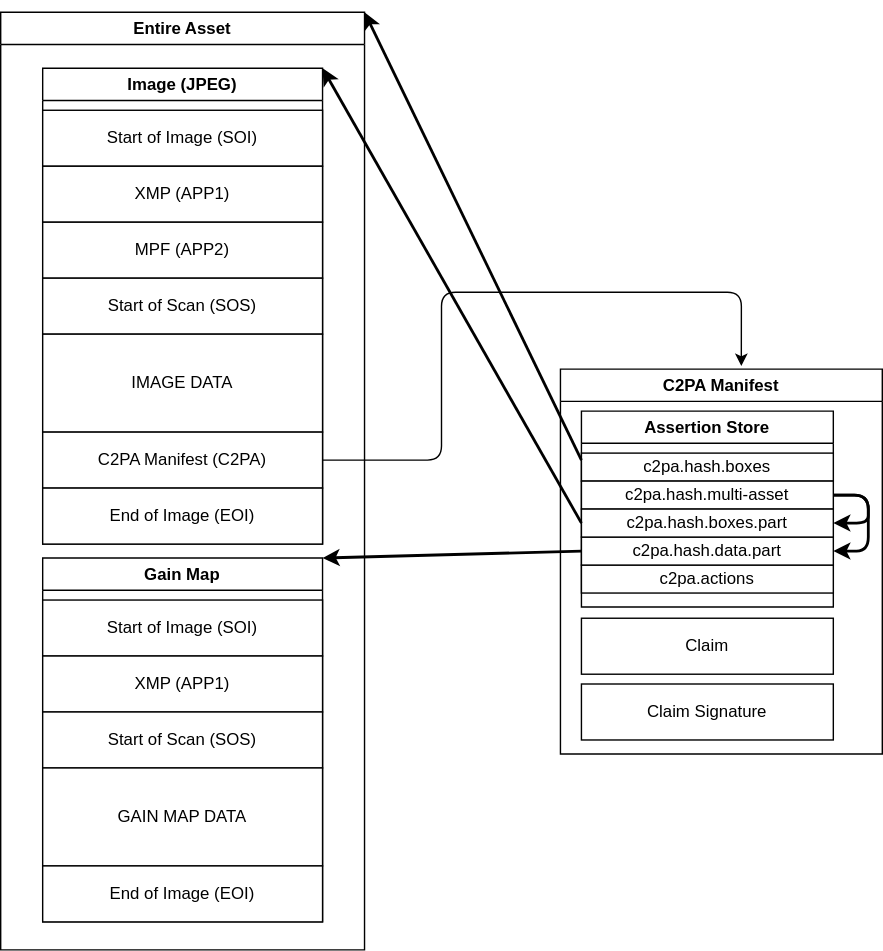
The draw.io diagram build/site/specifications/2.3/specs/_images/multi-hash-hdr.drawio.svg in xuantrung/specifications, before a commit. Source tidied: cells renumbered, new cells last; positions are measured from the earlier drawing's top-left corner, leaving out a move shared by most shapes.
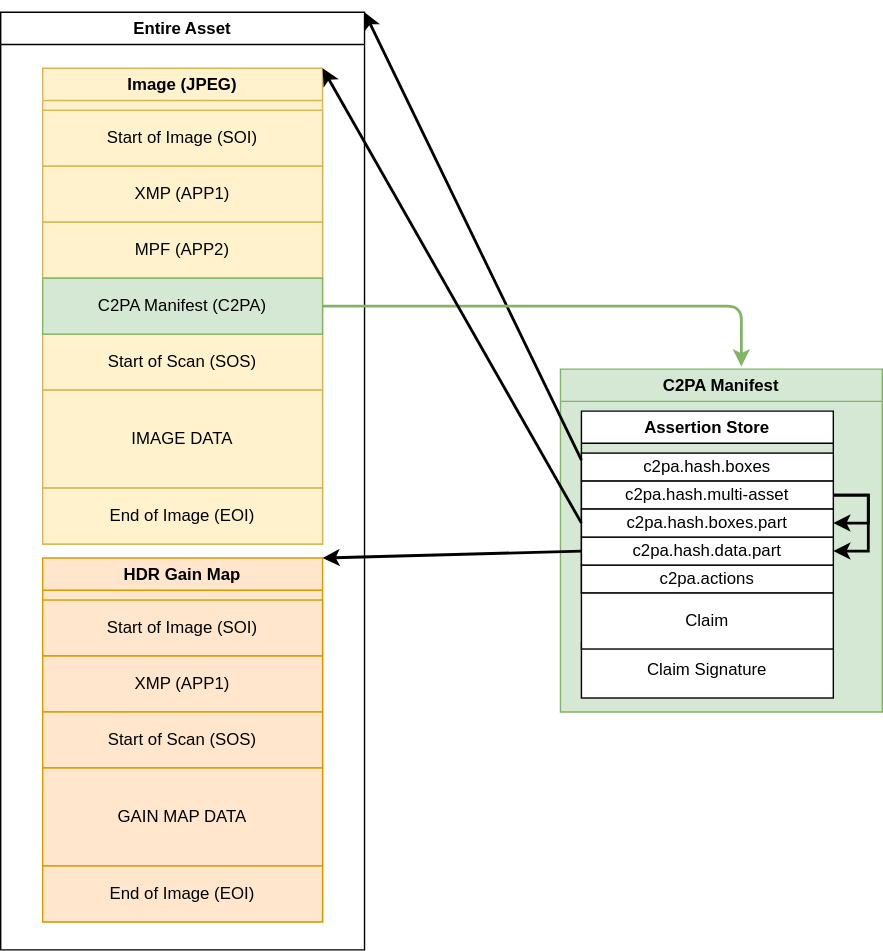
After the change.

What changed in the source:
```diff
@@ -5,58 +5,58 @@
     <mxCell id="2" value="Entire Asset" style="swimlane;whiteSpace=wrap;html=1;swimlaneFillColor=#FFFFFF;" parent="1" vertex="1">
       <mxGeometry width="260" height="670" as="geometry" />
     </mxCell>
-    <mxCell id="3" value="Image (JPEG)" style="swimlane;whiteSpace=wrap;html=1;" parent="2" vertex="1">
+    <mxCell id="3" value="Image (JPEG)" style="swimlane;whiteSpace=wrap;html=1;fillColor=#fff2cc;strokeColor=#d6b656;swimlaneFillColor=light-dark(#fef1cb, #ededed);" parent="2" vertex="1">
       <mxGeometry x="30" y="40" width="200" height="340" as="geometry" />
     </mxCell>
-    <mxCell id="4" value="Start of Image (SOI)" style="rounded=0;whiteSpace=wrap;html=1;" parent="3" vertex="1">
+    <mxCell id="4" value="Start of Image (SOI)" style="rounded=0;whiteSpace=wrap;html=1;fillColor=#fff2cc;strokeColor=#d6b656;" parent="3" vertex="1">
       <mxGeometry y="30" width="200" height="40" as="geometry" />
     </mxCell>
-    <mxCell id="5" value="XMP (APP1)" style="rounded=0;whiteSpace=wrap;html=1;" parent="3" vertex="1">
+    <mxCell id="5" value="XMP (APP1)" style="rounded=0;whiteSpace=wrap;html=1;fillColor=#fff2cc;strokeColor=#d6b656;" parent="3" vertex="1">
       <mxGeometry y="70" width="200" height="40" as="geometry" />
     </mxCell>
-    <mxCell id="6" value="MPF (APP2)" style="rounded=0;whiteSpace=wrap;html=1;" parent="3" vertex="1">
+    <mxCell id="6" value="MPF (APP2)" style="rounded=0;whiteSpace=wrap;html=1;fillColor=#fff2cc;strokeColor=#d6b656;" parent="3" vertex="1">
       <mxGeometry y="110" width="200" height="40" as="geometry" />
     </mxCell>
-    <mxCell id="7" value="Start of Scan (SOS)" style="rounded=0;whiteSpace=wrap;html=1;" parent="3" vertex="1">
-      <mxGeometry y="150" width="200" height="40" as="geometry" />
+    <mxCell id="7" value="Start of Scan (SOS)" style="rounded=0;whiteSpace=wrap;html=1;fillColor=#fff2cc;strokeColor=#d6b656;" parent="3" vertex="1">
+      <mxGeometry y="190" width="200" height="40" as="geometry" />
     </mxCell>
-    <mxCell id="8" value="IMAGE DATA" style="rounded=0;whiteSpace=wrap;html=1;" parent="3" vertex="1">
-      <mxGeometry y="190" width="200" height="70" as="geometry" />
+    <mxCell id="8" value="IMAGE DATA" style="rounded=0;whiteSpace=wrap;html=1;fillColor=#fff2cc;strokeColor=#d6b656;" parent="3" vertex="1">
+      <mxGeometry y="230" width="200" height="70" as="geometry" />
     </mxCell>
+    <mxCell id="10" value="End of Image (EOI)" style="rounded=0;whiteSpace=wrap;html=1;fillColor=#fff2cc;strokeColor=#d6b656;" parent="3" vertex="1">
+      <mxGeometry y="300" width="200" height="40" as="geometry" />
+    </mxCell>
-    <mxCell id="9" value="C2PA Manifest (C2PA)" style="rounded=0;whiteSpace=wrap;html=1;" parent="3" vertex="1">
-      <mxGeometry y="260" width="200" height="40" as="geometry" />
+    <mxCell id="9" value="C2PA Manifest (C2PA)" style="rounded=0;whiteSpace=wrap;html=1;fillColor=#d5e8d4;strokeColor=#82b366;" parent="3" vertex="1">
+      <mxGeometry y="150" width="200" height="40" as="geometry" />
     </mxCell>
-    <mxCell id="10" value="End of Image (EOI)" style="rounded=0;whiteSpace=wrap;html=1;" parent="3" vertex="1">
-      <mxGeometry y="300" width="200" height="40" as="geometry" />
-    </mxCell>
-    <mxCell id="11" value="Gain Map" style="swimlane;whiteSpace=wrap;html=1;" parent="2" vertex="1">
+    <mxCell id="11" value="HDR Gain Map" style="swimlane;whiteSpace=wrap;html=1;fillColor=#ffe6cc;strokeColor=#d79b00;swimlaneFillColor=light-dark(#ffe6cc, #ededed);" parent="2" vertex="1">
       <mxGeometry x="30" y="390" width="200" height="260" as="geometry" />
     </mxCell>
-    <mxCell id="12" value="Start of Image (SOI)" style="rounded=0;whiteSpace=wrap;html=1;" parent="11" vertex="1">
+    <mxCell id="12" value="Start of Image (SOI)" style="rounded=0;whiteSpace=wrap;html=1;fillColor=#ffe6cc;strokeColor=#d79b00;" parent="11" vertex="1">
       <mxGeometry y="30" width="200" height="40" as="geometry" />
     </mxCell>
-    <mxCell id="13" value="XMP (APP1)" style="rounded=0;whiteSpace=wrap;html=1;" parent="11" vertex="1">
+    <mxCell id="13" value="XMP (APP1)" style="rounded=0;whiteSpace=wrap;html=1;fillColor=#ffe6cc;strokeColor=#d79b00;" parent="11" vertex="1">
       <mxGeometry y="70" width="200" height="40" as="geometry" />
     </mxCell>
-    <mxCell id="14" value="Start of Scan (SOS)" style="rounded=0;whiteSpace=wrap;html=1;" parent="11" vertex="1">
+    <mxCell id="14" value="Start of Scan (SOS)" style="rounded=0;whiteSpace=wrap;html=1;fillColor=#ffe6cc;strokeColor=#d79b00;" parent="11" vertex="1">
       <mxGeometry y="110" width="200" height="40" as="geometry" />
     </mxCell>
-    <mxCell id="15" value="GAIN MAP DATA" style="rounded=0;whiteSpace=wrap;html=1;" parent="11" vertex="1">
+    <mxCell id="15" value="GAIN MAP DATA" style="rounded=0;whiteSpace=wrap;html=1;fillColor=#ffe6cc;strokeColor=#d79b00;" parent="11" vertex="1">
       <mxGeometry y="150" width="200" height="70" as="geometry" />
     </mxCell>
-    <mxCell id="16" value="End of Image (EOI)" style="rounded=0;whiteSpace=wrap;html=1;" parent="11" vertex="1">
+    <mxCell id="16" value="End of Image (EOI)" style="rounded=0;whiteSpace=wrap;html=1;fillColor=#ffe6cc;strokeColor=#d79b00;" parent="11" vertex="1">
       <mxGeometry y="220" width="200" height="40" as="geometry" />
     </mxCell>
-    <mxCell id="17" value="C2PA Manifest" style="swimlane;whiteSpace=wrap;html=1;swimlaneFillColor=#FFFFFF;" parent="1" vertex="1">
-      <mxGeometry x="400" y="255" width="230" height="275" as="geometry" />
+    <mxCell id="17" value="C2PA Manifest" style="swimlane;whiteSpace=wrap;html=1;swimlaneFillColor=light-dark(#d5e8d4, #121212);fillColor=#d5e8d4;strokeColor=#82b366;" parent="1" vertex="1">
+      <mxGeometry x="400" y="255" width="230" height="245" as="geometry" />
     </mxCell>
     <mxCell id="18" value="Assertion Store" style="swimlane;whiteSpace=wrap;html=1;startSize=23;" parent="17" vertex="1">
-      <mxGeometry x="15" y="30" width="180" height="140" as="geometry" />
+      <mxGeometry x="15" y="30" width="180" height="130" as="geometry" />
     </mxCell>
     <mxCell id="19" value="c2pa.hash.boxes" style="rounded=0;whiteSpace=wrap;html=1;" parent="18" vertex="1">
       <mxGeometry y="30" width="180" height="20" as="geometry" />
     </mxCell>
-    <mxCell id="20" style="edgeStyle=orthogonalEdgeStyle;html=1;exitX=1;exitY=0.5;exitDx=0;exitDy=0;strokeWidth=2;" parent="18" edge="1" source="22">
+    <mxCell id="20" style="edgeStyle=orthogonalEdgeStyle;html=1;exitX=1;exitY=0.5;exitDx=0;exitDy=0;strokeWidth=2;rounded=0;curved=0;" parent="18" edge="1" source="22">
       <mxGeometry relative="1" as="geometry">
         <mxPoint x="180" y="80" as="targetPoint" />
         <Array as="points">
@@ -65,7 +65,7 @@
         </Array>
       </mxGeometry>
     </mxCell>
-    <mxCell id="21" style="edgeStyle=orthogonalEdgeStyle;html=1;exitX=1;exitY=0.5;exitDx=0;exitDy=0;entryX=1;entryY=0.5;entryDx=0;entryDy=0;strokeWidth=2;" parent="18" edge="1" source="22" target="24">
+    <mxCell id="21" style="edgeStyle=orthogonalEdgeStyle;html=1;exitX=1;exitY=0.5;exitDx=0;exitDy=0;entryX=1;entryY=0.5;entryDx=0;entryDy=0;strokeWidth=2;rounded=0;curved=0;" parent="18" edge="1" source="22" target="24">
       <mxGeometry relative="1" as="geometry">
         <Array as="points">
           <mxPoint x="205" y="60" />
@@ -86,26 +86,24 @@
       <mxGeometry y="70" width="180" height="20" as="geometry" />
     </mxCell>
     <mxCell id="26" value="Claim Signature" style="rounded=0;whiteSpace=wrap;html=1;" parent="17" vertex="1">
-      <mxGeometry x="15" y="225" width="180" height="40" as="geometry" />
+      <mxGeometry x="15" y="195" width="180" height="40" as="geometry" />
     </mxCell>
+    <mxCell id="30" value="Claim" style="rounded=0;whiteSpace=wrap;html=1;" parent="17" vertex="1">
+      <mxGeometry x="15" y="160" width="180" height="40" as="geometry" />
+    </mxCell>
     <mxCell id="27" style="edgeStyle=none;html=1;exitX=0;exitY=0.25;exitDx=0;exitDy=0;entryX=1;entryY=0;entryDx=0;entryDy=0;strokeWidth=2;" parent="1" edge="1" source="19" target="2">
       <mxGeometry relative="1" as="geometry" />
     </mxCell>
     <mxCell id="28" style="edgeStyle=none;html=1;exitX=0;exitY=0.5;exitDx=0;exitDy=0;entryX=1;entryY=0;entryDx=0;entryDy=0;strokeWidth=2;" parent="1" edge="1" source="24" target="11">
       <mxGeometry relative="1" as="geometry" />
     </mxCell>
-    <mxCell id="29" style="edgeStyle=orthogonalEdgeStyle;html=1;exitX=1;exitY=0.5;exitDx=0;exitDy=0;entryX=0.562;entryY=-0.008;entryDx=0;entryDy=0;entryPerimeter=0;" parent="1" edge="1" source="9" target="17">
+    <mxCell id="29" style="edgeStyle=orthogonalEdgeStyle;html=1;exitX=1;exitY=0.5;exitDx=0;exitDy=0;entryX=0.562;entryY=-0.008;entryDx=0;entryDy=0;entryPerimeter=0;strokeWidth=2;fillColor=#d5e8d4;strokeColor=#82b366;" parent="1" edge="1" source="9" target="17">
       <mxGeometry relative="1" as="geometry">
         <Array as="points">
-          <mxPoint x="315" y="320" />
-          <mxPoint x="315" y="200" />
-          <mxPoint x="529" y="200" />
+          <mxPoint x="529" y="210" />
         </Array>
       </mxGeometry>
     </mxCell>
-    <mxCell id="30" value="Claim" style="rounded=0;whiteSpace=wrap;html=1;" parent="1" vertex="1">
-      <mxGeometry x="415" y="433" width="180" height="40" as="geometry" />
-    </mxCell>
     <mxCell id="31" style="edgeStyle=none;html=1;exitX=0;exitY=0.5;exitDx=0;exitDy=0;entryX=1;entryY=0;entryDx=0;entryDy=0;strokeWidth=2;" parent="1" edge="1" source="25" target="3">
       <mxGeometry relative="1" as="geometry" />
     </mxCell>
```
